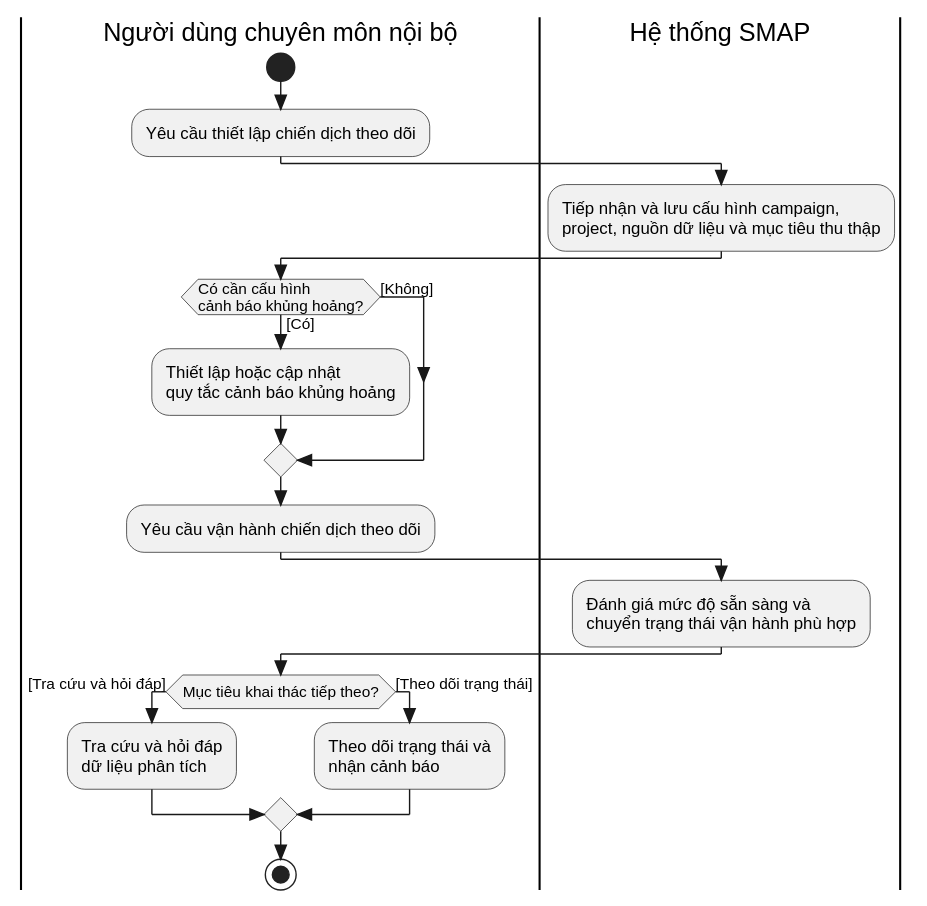
smap-hcmut/report keeps this PlantUML diagram as final-report/images/chapter_4/puml/overall-activity-flow-report.svg. Above is the earlier version.
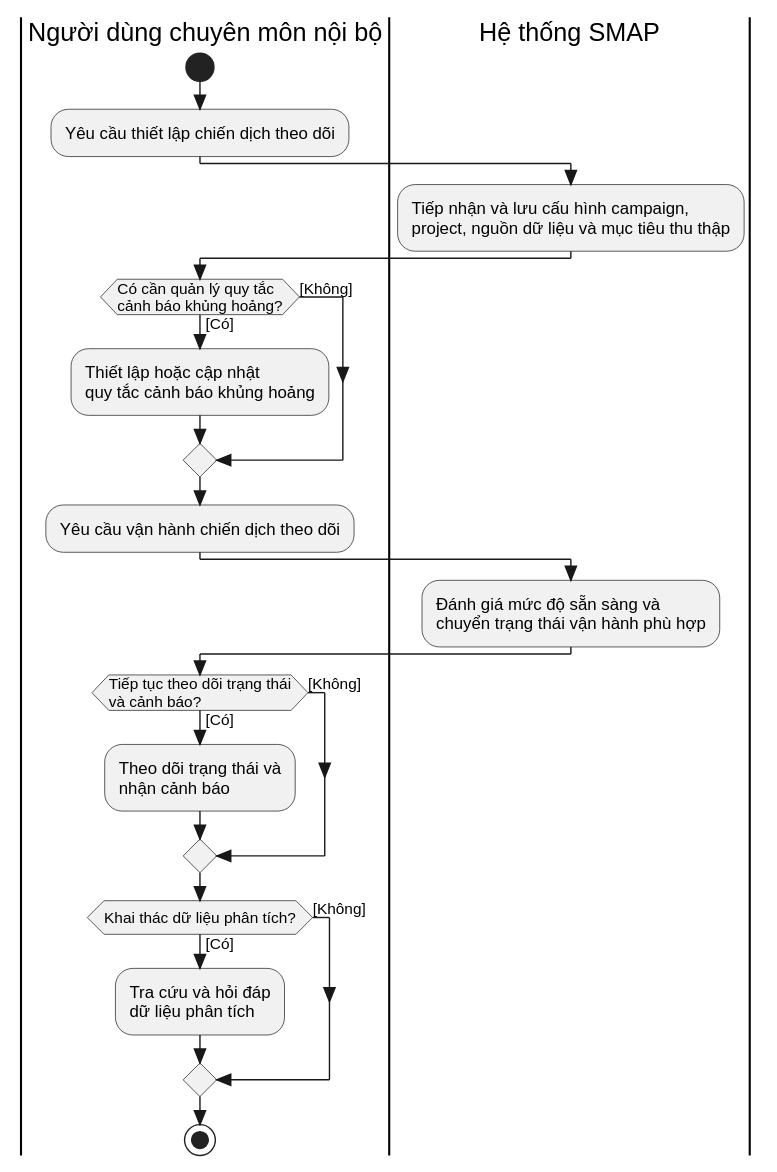
The same file after the commit.

Diff of the diagram source:
```diff
@@ -12,7 +12,7 @@
 project, nguồn dữ liệu và mục tiêu thu thập;
 
 |Người dùng chuyên môn nội bộ|
-if (Có cần cấu hình
+if (Có cần quản lý quy tắc
 cảnh báo khủng hoảng?) then ([Có])
   :Thiết lập hoặc cập nhật
   quy tắc cảnh báo khủng hoảng;
@@ -26,12 +26,17 @@
 chuyển trạng thái vận hành phù hợp;
 
 |Người dùng chuyên môn nội bộ|
-if (Mục tiêu khai thác tiếp theo?) then ([Tra cứu và hỏi đáp])
+if (Tiếp tục theo dõi trạng thái
+và cảnh báo?) then ([Có])
+  :Theo dõi trạng thái và
+  nhận cảnh báo;
+else ([Không])
+endif
+
+if (Khai thác dữ liệu phân tích?) then ([Có])
   :Tra cứu và hỏi đáp
   dữ liệu phân tích;
-else ([Theo dõi trạng thái])
-  :Theo dõi trạng thái và
-  nhận cảnh báo;
+else ([Không])
 endif
 stop
 @enduml
```
